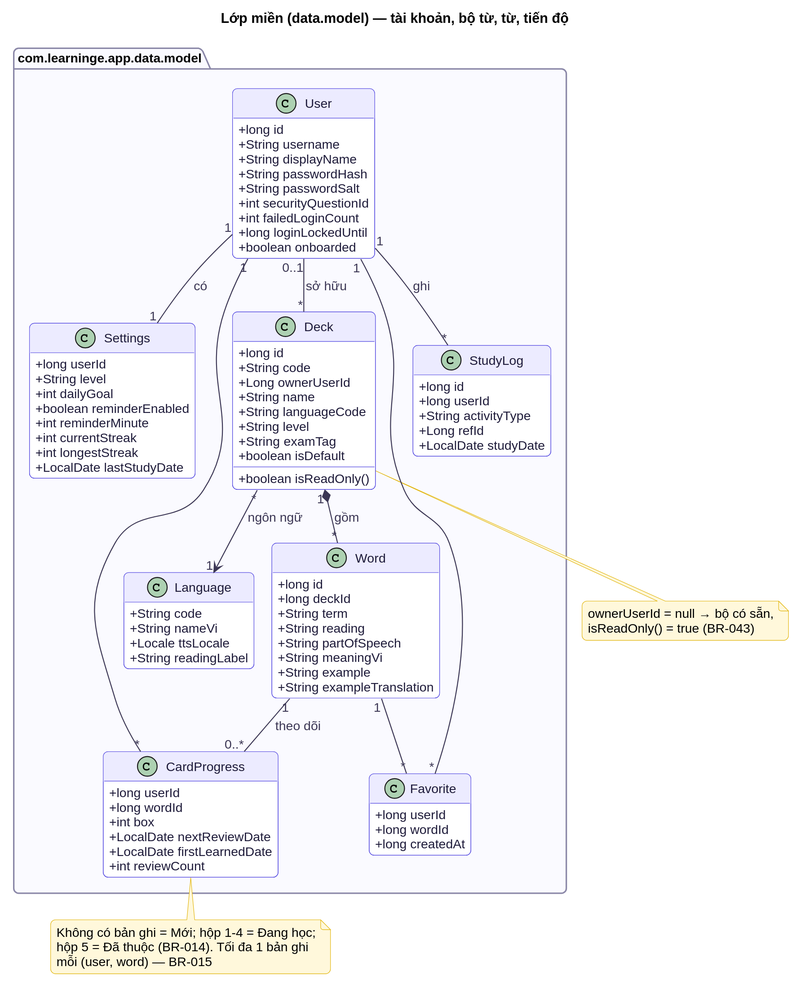
Above: docs/diagrams/class/cls-model-account-vocabulary.svg in at1308033-sketch/LearningE_app (PlantUML), before the change. The source it was exported from:
```plantuml
@startuml
!include ../_style.puml
set separator none
title Lớp miền (data.model) — tài khoản, bộ từ, từ, tiến độ
hide empty methods
skinparam classAttributeIconSize 0

package "com.learninge.app.data.model" {
  class User {
    +long id
    +String username
    +String displayName
    +String passwordHash
    +String passwordSalt
    +int securityQuestionId
    +int failedLoginCount
    +long loginLockedUntil
    +boolean onboarded
  }
  class Settings {
    +long userId
    +String level
    +int dailyGoal
    +boolean reminderEnabled
    +int reminderMinute
    +int currentStreak
    +int longestStreak
    +LocalDate lastStudyDate
  }
  class Language {
    +String code
    +String nameVi
    +Locale ttsLocale
    +String readingLabel
  }
  class Deck {
    +long id
    +String code
    +Long ownerUserId
    +String name
    +String languageCode
    +String level
    +String examTag
    +boolean isDefault
    +boolean isReadOnly()
  }
  class Word {
    +long id
    +long deckId
    +String term
    +String reading
    +String partOfSpeech
    +String meaningVi
    +String example
    +String exampleTranslation
  }
  class CardProgress {
    +long userId
    +long wordId
    +int box
    +LocalDate nextReviewDate
    +LocalDate firstLearnedDate
    +int reviewCount
  }
  class Favorite {
    +long userId
    +long wordId
    +long createdAt
  }
  class StudyLog {
    +long id
    +long userId
    +String activityType
    +Long refId
    +LocalDate studyDate
  }
}

User "1" -- "1" Settings : có >
User "0..1" -- "*" Deck : sở hữu >
Deck "*" --> "1" Language : ngôn ngữ
Deck "1" *-- "*" Word : gồm >
User "1" -- "*" CardProgress
Word "1" -- "0..*" CardProgress : theo dõi <
User "1" -- "*" Favorite
Word "1" -- "*" Favorite
User "1" -- "*" StudyLog : ghi >

note bottom of Deck
  ownerUserId = null → bộ có sẵn,
  isReadOnly() = true (BR-043)
end note
note bottom of CardProgress
  Không có bản ghi = Mới; hộp 1-4 = Đang học;
  hộp 5 = Đã thuộc (BR-014). Tối đa 1 bản ghi
  mỗi (user, word) — BR-015
end note
@enduml
```
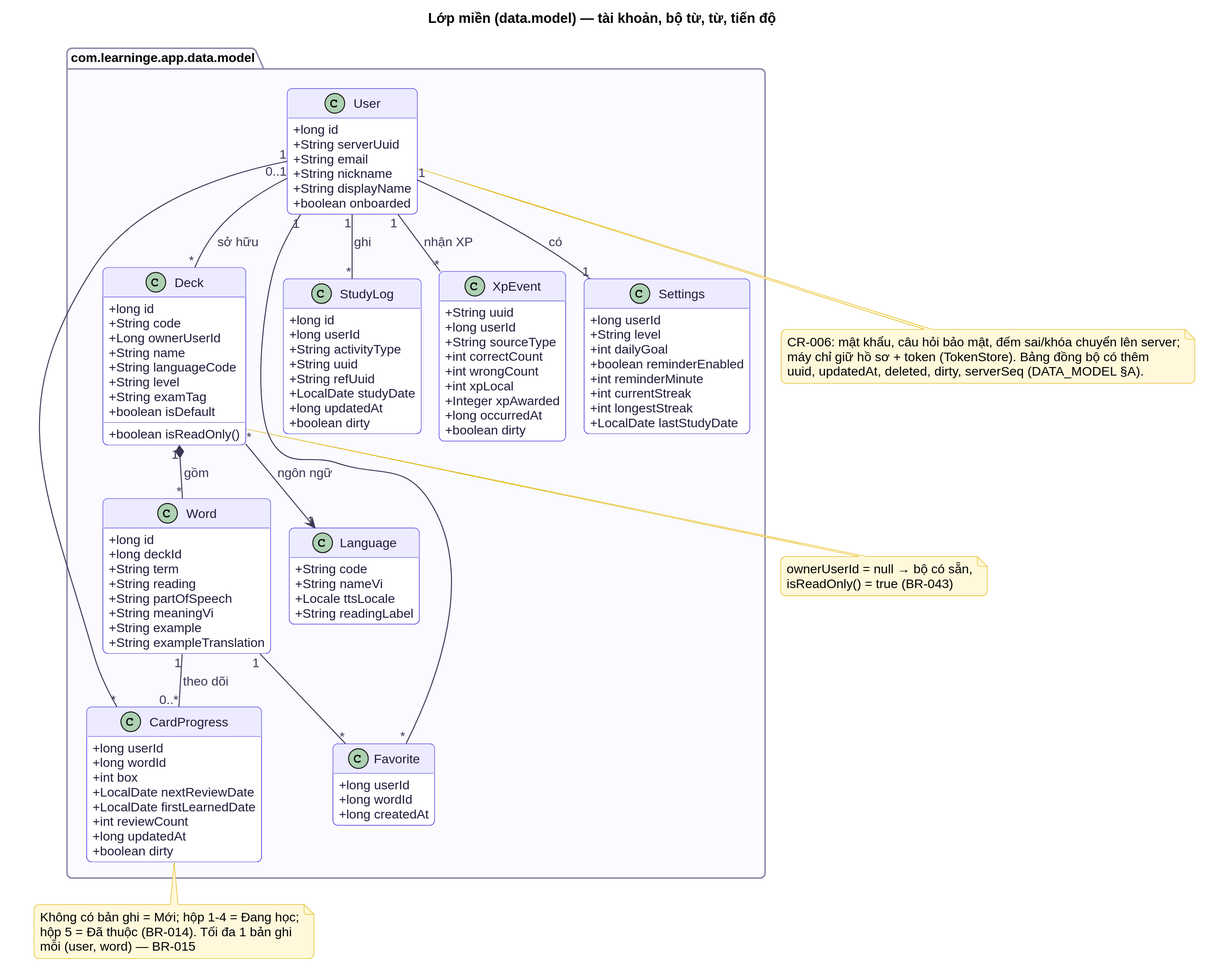
The same file after the commit.

Change to the diagram source:
```diff
@@ -8,13 +8,10 @@
 package "com.learninge.app.data.model" {
   class User {
     +long id
-    +String username
+    +String serverUuid
+    +String email
+    +String nickname
     +String displayName
-    +String passwordHash
-    +String passwordSalt
-    +int securityQuestionId
-    +int failedLoginCount
-    +long loginLockedUntil
     +boolean onboarded
   }
   class Settings {
@@ -61,6 +58,8 @@
     +LocalDate nextReviewDate
     +LocalDate firstLearnedDate
     +int reviewCount
+    +long updatedAt
+    +boolean dirty
   }
   class Favorite {
     +long userId
@@ -71,8 +70,22 @@
     +long id
     +long userId
     +String activityType
-    +Long refId
+    +String uuid
+    +String refUuid
     +LocalDate studyDate
+    +long updatedAt
+    +boolean dirty
+  }
+  class XpEvent {
+    +String uuid
+    +long userId
+    +String sourceType
+    +int correctCount
+    +int wrongCount
+    +int xpLocal
+    +Integer xpAwarded
+    +long occurredAt
+    +boolean dirty
   }
 }
 
@@ -85,6 +98,7 @@
 User "1" -- "*" Favorite
 Word "1" -- "*" Favorite
 User "1" -- "*" StudyLog : ghi >
+User "1" -- "*" XpEvent : nhận XP >
 
 note bottom of Deck
   ownerUserId = null → bộ có sẵn,
@@ -95,4 +109,9 @@
   hộp 5 = Đã thuộc (BR-014). Tối đa 1 bản ghi
   mỗi (user, word) — BR-015
 end note
+note bottom of User
+  CR-006: mật khẩu, câu hỏi bảo mật, đếm sai/khóa chuyển lên server;
+  máy chỉ giữ hồ sơ + token (TokenStore). Bảng đồng bộ có thêm
+  uuid, updatedAt, deleted, dirty, serverSeq (DATA_MODEL §A).
+end note
 @enduml
```
